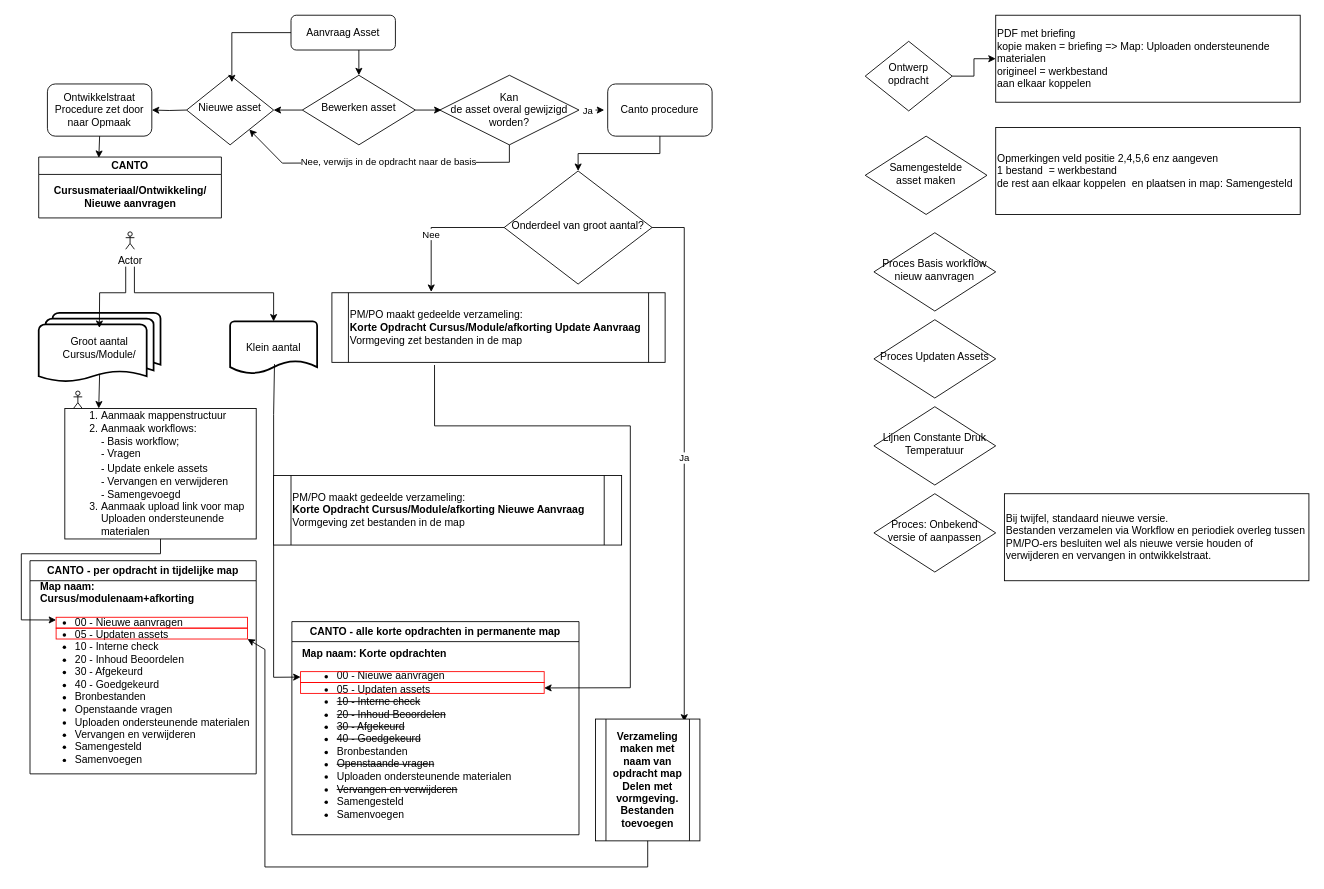
Before: page "Page-1" (1 of 2) of ProcessenAssets.drawio in MediaROVC/Berekening_Ohm, a draw.io diagram. Source tidied: cells renumbered, new cells numbered last; positions are measured from the earlier drawing's top-left corner, leaving out a move shared by most shapes. Both pictures are drawn from the tidied source at 87%, with x=0, y=0 at pixel (21, 15).
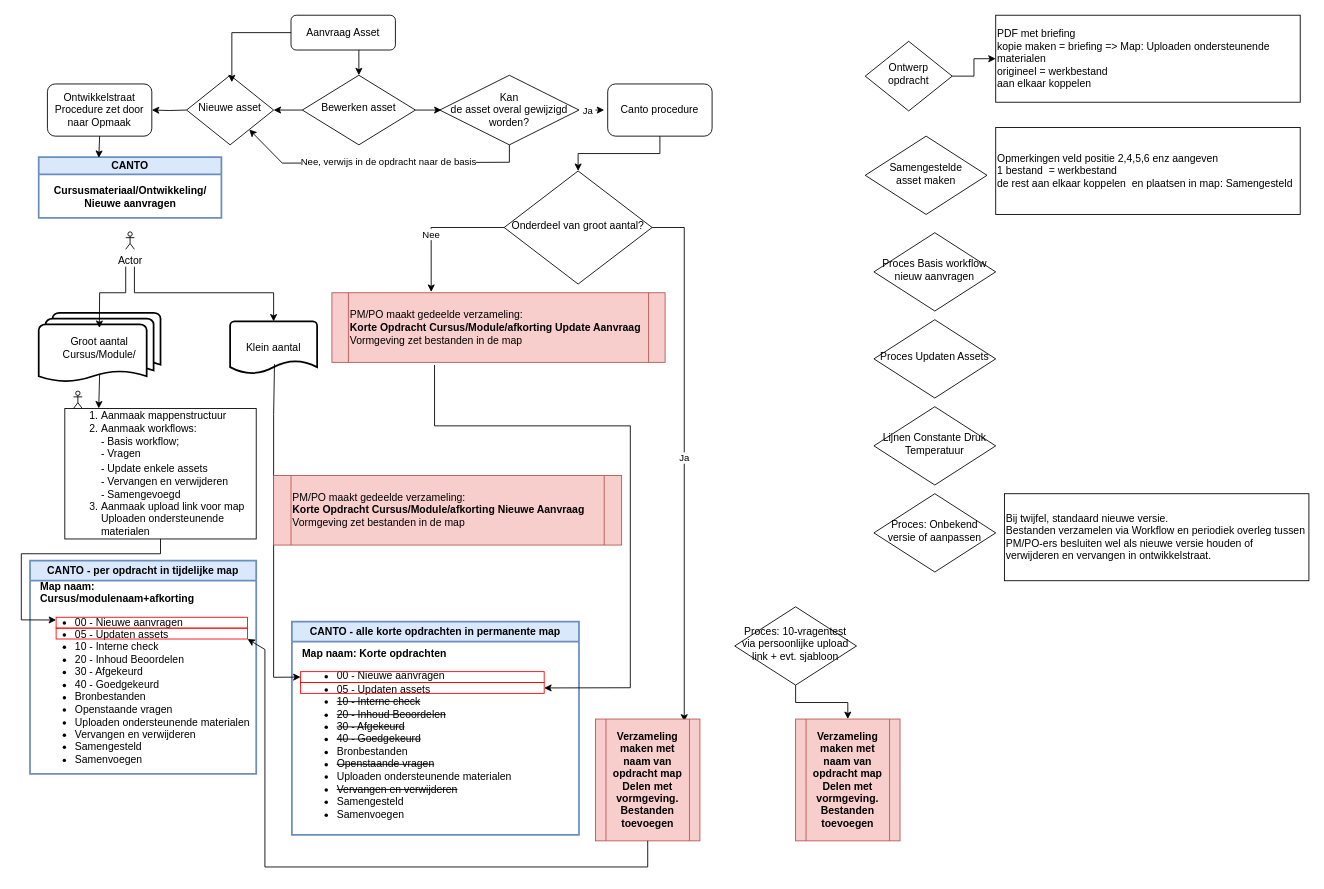
Above is the later version.

What changed in the source:
```diff
@@
-    <mxCell id="13" value="CANTO - per opdracht in tijdelijke map" style="swimlane;whiteSpace=wrap;html=1;spacing=0;" parent="1" vertex="1">
+    <mxCell id="13" value="CANTO - per opdracht in tijdelijke map" style="swimlane;whiteSpace=wrap;html=1;spacing=0;strokeWidth=2;fillColor=#dae8fc;strokeColor=#6c8ebf;" parent="1" vertex="1">
       <mxGeometry x="10" y="627" width="260" height="245" as="geometry" />
     </mxCell>
@@
-    <mxCell id="16" value="CANTO" style="swimlane;whiteSpace=wrap;html=1;startSize=20;" parent="1" vertex="1">
+    <mxCell id="16" value="CANTO" style="swimlane;whiteSpace=wrap;html=1;startSize=20;strokeWidth=2;fillColor=#dae8fc;strokeColor=#6c8ebf;" parent="1" vertex="1">
       <mxGeometry x="20" y="163" width="210" height="70" as="geometry" />
     </mxCell>
@@
-    <mxCell id="18" value="CANTO - alle korte opdrachten in permanente map" style="swimlane;whiteSpace=wrap;html=1;spacing=0;" parent="1" vertex="1">
+    <mxCell id="18" value="CANTO - alle korte opdrachten in permanente map" style="swimlane;whiteSpace=wrap;html=1;spacing=0;strokeWidth=2;fillColor=#dae8fc;strokeColor=#6c8ebf;" parent="1" vertex="1">
       <mxGeometry x="311" y="697" width="330" height="245" as="geometry" />
     </mxCell>
@@
-    <mxCell id="25" value="&lt;b&gt;Verzameling maken met naam van opdracht map&lt;/b&gt;&lt;div&gt;&lt;b&gt;Delen met vormgeving. Bestanden toevoegen&lt;/b&gt;&lt;/div&gt;" style="shape=process;whiteSpace=wrap;html=1;backgroundOutline=1;" parent="1" vertex="1">
+    <mxCell id="25" value="&lt;b&gt;Verzameling maken met naam van opdracht map&lt;/b&gt;&lt;div&gt;&lt;b&gt;Delen met vormgeving. Bestanden toevoegen&lt;/b&gt;&lt;/div&gt;" style="shape=process;whiteSpace=wrap;html=1;backgroundOutline=1;fillColor=#f8cecc;strokeColor=#b85450;" parent="1" vertex="1">
       <mxGeometry x="660" y="809" width="120" height="140" as="geometry" />
     </mxCell>
@@
-    <mxCell id="51" value="PM/PO maakt gedeelde verzameling:&lt;div&gt;&lt;b&gt;Korte Opdracht Cursus/Module/afkorting Nieuwe Aanvraag&lt;/b&gt;&lt;/div&gt;&lt;div&gt;Vormgeving zet bestanden in de map&lt;/div&gt;" style="shape=process;whiteSpace=wrap;html=1;backgroundOutline=1;align=left;size=0.05;" parent="1" vertex="1">
+    <mxCell id="51" value="PM/PO maakt gedeelde verzameling:&lt;div&gt;&lt;b&gt;Korte Opdracht Cursus/Module/afkorting Nieuwe Aanvraag&lt;/b&gt;&lt;/div&gt;&lt;div&gt;Vormgeving zet bestanden in de map&lt;/div&gt;" style="shape=process;whiteSpace=wrap;html=1;backgroundOutline=1;align=left;size=0.05;fillColor=#f8cecc;strokeColor=#b85450;" parent="1" vertex="1">
       <mxGeometry x="290" y="529" width="400" height="80" as="geometry" />
     </mxCell>
-    <mxCell id="52" value="PM/PO maakt gedeelde verzameling:&lt;div&gt;&lt;b&gt;Korte Opdracht Cursus/Module/afkorting Update Aanvraag&lt;/b&gt;&lt;/div&gt;&lt;div&gt;Vormgeving zet bestanden in de map&lt;/div&gt;" style="shape=process;whiteSpace=wrap;html=1;backgroundOutline=1;align=left;size=0.05;" parent="1" vertex="1">
+    <mxCell id="52" value="PM/PO maakt gedeelde verzameling:&lt;div&gt;&lt;b&gt;Korte Opdracht Cursus/Module/afkorting Update Aanvraag&lt;/b&gt;&lt;/div&gt;&lt;div&gt;Vormgeving zet bestanden in de map&lt;/div&gt;" style="shape=process;whiteSpace=wrap;html=1;backgroundOutline=1;align=left;size=0.05;fillColor=#f8cecc;strokeColor=#b85450;" parent="1" vertex="1">
       <mxGeometry x="357" y="319" width="383" height="80" as="geometry" />
     </mxCell>
@@
+    <mxCell id="58" style="edgeStyle=orthogonalEdgeStyle;rounded=0;jettySize=auto;html=1;" parent="1" edge="1" source="59" target="60">
+      <mxGeometry relative="1" as="geometry" />
+    </mxCell>
+    <mxCell id="59" value="Proces: 10-vragentest&lt;div&gt;via persoonlijke upload link + evt. sjabloon&lt;/div&gt;" style="rhombus;whiteSpace=wrap;html=1;shadow=0;fontFamily=Helvetica;fontSize=12;align=center;strokeWidth=1;spacing=6;spacingTop=-4;" parent="1" vertex="1">
+      <mxGeometry x="820" y="680" width="140" height="90" as="geometry" />
+    </mxCell>
+    <mxCell id="60" value="&lt;b&gt;Verzameling maken met naam van opdracht map&lt;/b&gt;&lt;div&gt;&lt;b&gt;Delen met vormgeving. Bestanden toevoegen&lt;/b&gt;&lt;/div&gt;" style="shape=process;whiteSpace=wrap;html=1;backgroundOutline=1;fillColor=#f8cecc;strokeColor=#b85450;" parent="1" vertex="1">
+      <mxGeometry x="890" y="809" width="120" height="140" as="geometry" />
+    </mxCell>
```
